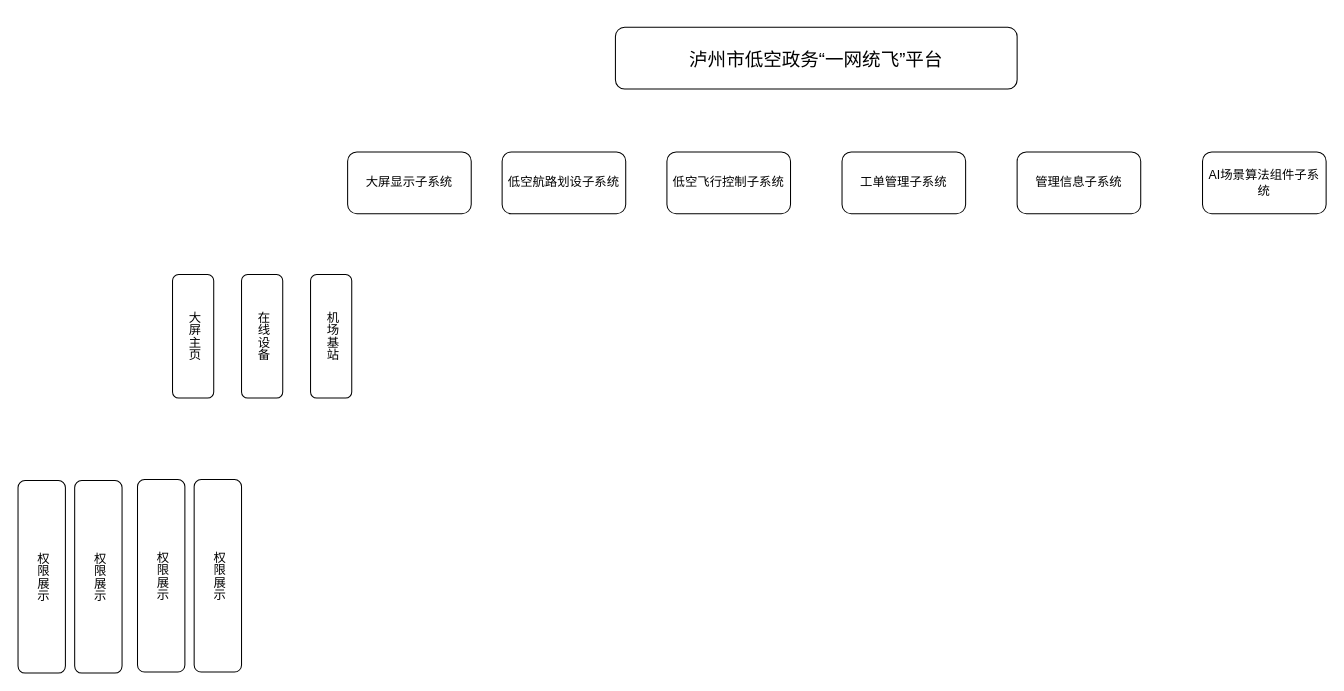
This is 总览图.drawio from berrysky/krain.github.io, a draw.io file, before an edit. Source tidied: cells renumbered, new cells numbered last; positions are measured from the earlier drawing's top-left corner, leaving out a move shared by most shapes. Both pictures are drawn from the tidied source at 103%, with x=0, y=0 at pixel (18, 27).
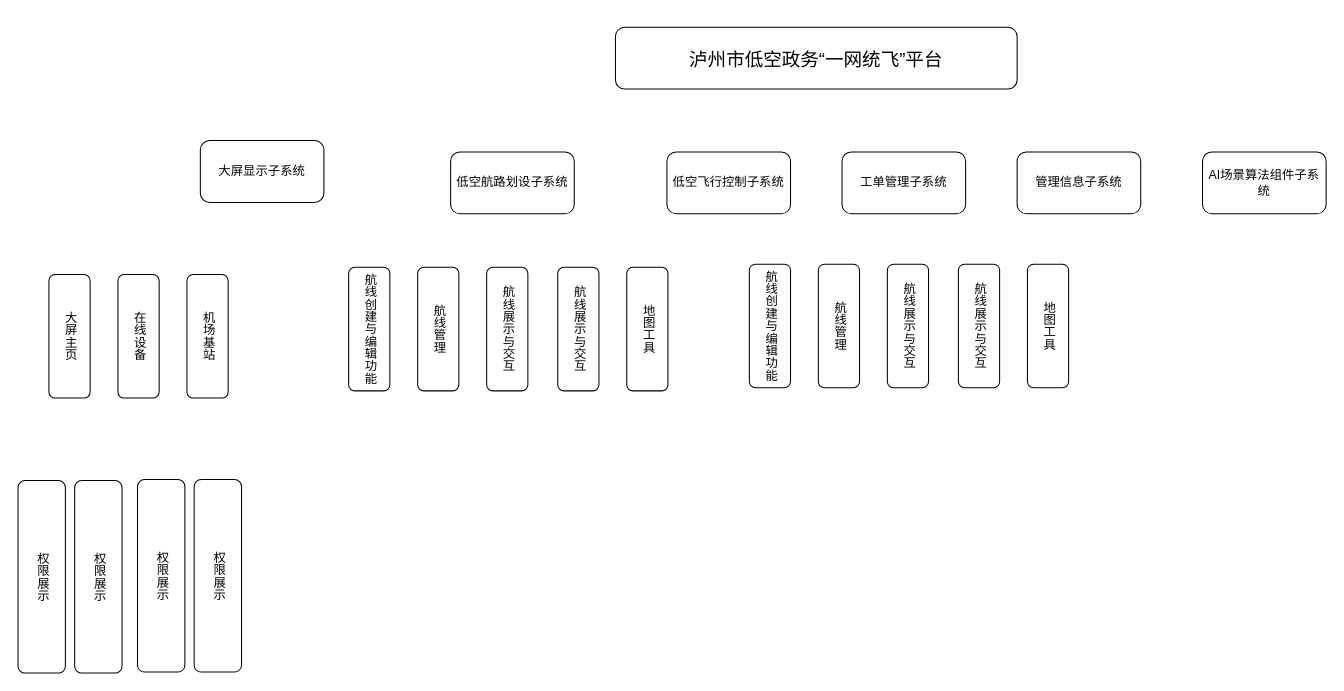
Above is the later version.

Commit message (it also covers changes not shown here):
更新总览图.drawio

The edit, as a diff of the source:
```diff
@@
     <mxCell id="3" value="低空航路划设子系统" style="rounded=1;whiteSpace=wrap;html=1;" parent="1" vertex="1">
-      <mxGeometry x="470" y="121" width="120" height="60" as="geometry" />
+      <mxGeometry x="420" y="121" width="120" height="60" as="geometry" />
     </mxCell>
@@
     <mxCell id="5" value="大屏显示子系统" style="rounded=1;whiteSpace=wrap;html=1;" parent="1" vertex="1">
-      <mxGeometry x="320" y="121" width="120" height="60" as="geometry" />
+      <mxGeometry x="177" y="110" width="120" height="60" as="geometry" />
     </mxCell>
@@
     <mxCell id="9" value="大屏主页" style="rounded=1;whiteSpace=wrap;html=1;textDirection=vertical-lr;horizontal=1;" parent="1" vertex="1">
-      <mxGeometry x="150" y="240" width="40" height="120" as="geometry" />
+      <mxGeometry x="30" y="240" width="40" height="120" as="geometry" />
     </mxCell>
     <mxCell id="10" value="在线设备" style="rounded=1;whiteSpace=wrap;html=1;textDirection=vertical-lr;" parent="1" vertex="1">
-      <mxGeometry x="217" y="240" width="40" height="120" as="geometry" />
+      <mxGeometry x="97" y="240" width="40" height="120" as="geometry" />
     </mxCell>
     <mxCell id="11" value="机场基站" style="rounded=1;whiteSpace=wrap;html=1;textDirection=vertical-lr;" parent="1" vertex="1">
-      <mxGeometry x="284" y="240" width="40" height="120" as="geometry" />
+      <mxGeometry x="164" y="240" width="40" height="120" as="geometry" />
     </mxCell>
@@
+    <mxCell id="16" value="&lt;div&gt;&lt;div class=&quot;old-record-id-Po8LdLrbCozgtJx34FqcgGBYnCf&quot;&gt;航线创建与编辑功能&lt;/div&gt;&lt;/div&gt;&lt;span class=&quot;lark-record-clipboard&quot; data-lark-record-data=&quot;{&amp;quot;rootId&amp;quot;:&amp;quot;Kqzgdmb4HoMSGUxfPz7cehnGnnb&amp;quot;,&amp;quot;text&amp;quot;:{&amp;quot;initialAttributedTexts&amp;quot;:{&amp;quot;text&amp;quot;:{&amp;quot;0&amp;quot;:&amp;quot;航线创建与编辑功能&amp;quot;},&amp;quot;attribs&amp;quot;:{&amp;quot;0&amp;quot;:&amp;quot;*0*1+9&amp;quot;}},&amp;quot;apool&amp;quot;:{&amp;quot;numToAttrib&amp;quot;:{&amp;quot;0&amp;quot;:[&amp;quot;author&amp;quot;,&amp;quot;7065221839563358211&amp;quot;],&amp;quot;1&amp;quot;:[&amp;quot;bold&amp;quot;,&amp;quot;true&amp;quot;]},&amp;quot;nextNum&amp;quot;:2}},&amp;quot;type&amp;quot;:&amp;quot;text&amp;quot;,&amp;quot;referenceRecordMap&amp;quot;:{},&amp;quot;extra&amp;quot;:{&amp;quot;channel&amp;quot;:&amp;quot;saas&amp;quot;,&amp;quot;isEqualBlockSelection&amp;quot;:false,&amp;quot;pasteRandomId&amp;quot;:&amp;quot;1cc6d812-0947-45a8-a9b1-f2f0e86f2138&amp;quot;,&amp;quot;mention_page_title&amp;quot;:{},&amp;quot;external_mention_url&amp;quot;:{}},&amp;quot;isKeepQuoteContainer&amp;quot;:false,&amp;quot;isFromCode&amp;quot;:false,&amp;quot;selection&amp;quot;:[{&amp;quot;id&amp;quot;:120,&amp;quot;type&amp;quot;:&amp;quot;text&amp;quot;,&amp;quot;selection&amp;quot;:{&amp;quot;start&amp;quot;:2,&amp;quot;end&amp;quot;:11},&amp;quot;recordId&amp;quot;:&amp;quot;Po8LdLrbCozgtJx34FqcgGBYnCf&amp;quot;}],&amp;quot;payloadMap&amp;quot;:{},&amp;quot;isCut&amp;quot;:false}&quot;&gt;&lt;/span&gt;" style="rounded=1;whiteSpace=wrap;html=1;textDirection=vertical-lr;horizontal=1;fontStyle=0;align=center;verticalAlign=middle;" parent="1" vertex="1">
+      <mxGeometry x="321" y="233" width="40" height="120" as="geometry" />
+    </mxCell>
+    <mxCell id="17" value="&lt;div&gt;&lt;div class=&quot;old-record-id-TfkDdrhNBo0OolxgG6KcHpkzn7e&quot;&gt;航线管理&lt;/div&gt;&lt;/div&gt;&lt;span class=&quot;lark-record-clipboard&quot; data-lark-record-data=&quot;{&amp;quot;rootId&amp;quot;:&amp;quot;Kqzgdmb4HoMSGUxfPz7cehnGnnb&amp;quot;,&amp;quot;text&amp;quot;:{&amp;quot;initialAttributedTexts&amp;quot;:{&amp;quot;text&amp;quot;:{&amp;quot;0&amp;quot;:&amp;quot;航线管理&amp;quot;},&amp;quot;attribs&amp;quot;:{&amp;quot;0&amp;quot;:&amp;quot;*0*1+4&amp;quot;}},&amp;quot;apool&amp;quot;:{&amp;quot;numToAttrib&amp;quot;:{&amp;quot;0&amp;quot;:[&amp;quot;author&amp;quot;,&amp;quot;7065221839563358211&amp;quot;],&amp;quot;1&amp;quot;:[&amp;quot;bold&amp;quot;,&amp;quot;true&amp;quot;]},&amp;quot;nextNum&amp;quot;:2}},&amp;quot;type&amp;quot;:&amp;quot;text&amp;quot;,&amp;quot;referenceRecordMap&amp;quot;:{},&amp;quot;extra&amp;quot;:{&amp;quot;channel&amp;quot;:&amp;quot;saas&amp;quot;,&amp;quot;isEqualBlockSelection&amp;quot;:false,&amp;quot;pasteRandomId&amp;quot;:&amp;quot;c4b3756e-fced-46c2-a57d-2c074daa4cf0&amp;quot;,&amp;quot;mention_page_title&amp;quot;:{},&amp;quot;external_mention_url&amp;quot;:{}},&amp;quot;isKeepQuoteContainer&amp;quot;:false,&amp;quot;isFromCode&amp;quot;:false,&amp;quot;selection&amp;quot;:[{&amp;quot;id&amp;quot;:124,&amp;quot;type&amp;quot;:&amp;quot;text&amp;quot;,&amp;quot;selection&amp;quot;:{&amp;quot;start&amp;quot;:2,&amp;quot;end&amp;quot;:6},&amp;quot;recordId&amp;quot;:&amp;quot;TfkDdrhNBo0OolxgG6KcHpkzn7e&amp;quot;}],&amp;quot;payloadMap&amp;quot;:{},&amp;quot;isCut&amp;quot;:false}&quot;&gt;&lt;/span&gt;" style="rounded=1;whiteSpace=wrap;html=1;textDirection=vertical-lr;fontStyle=0;align=center;verticalAlign=middle;" parent="1" vertex="1">
+      <mxGeometry x="388" y="233" width="40" height="120" as="geometry" />
+    </mxCell>
+    <mxCell id="18" value="&lt;div&gt;&lt;div class=&quot;old-record-id-TAzedYTR2oLAXGxL9yZcuPr9nnh&quot;&gt;航线展示与交互&lt;/div&gt;&lt;/div&gt;&lt;span class=&quot;lark-record-clipboard&quot; data-lark-record-data=&quot;{&amp;quot;rootId&amp;quot;:&amp;quot;Kqzgdmb4HoMSGUxfPz7cehnGnnb&amp;quot;,&amp;quot;text&amp;quot;:{&amp;quot;initialAttributedTexts&amp;quot;:{&amp;quot;text&amp;quot;:{&amp;quot;0&amp;quot;:&amp;quot;航线展示与交互&amp;quot;},&amp;quot;attribs&amp;quot;:{&amp;quot;0&amp;quot;:&amp;quot;*0*1+7&amp;quot;}},&amp;quot;apool&amp;quot;:{&amp;quot;numToAttrib&amp;quot;:{&amp;quot;0&amp;quot;:[&amp;quot;author&amp;quot;,&amp;quot;7065221839563358211&amp;quot;],&amp;quot;1&amp;quot;:[&amp;quot;bold&amp;quot;,&amp;quot;true&amp;quot;]},&amp;quot;nextNum&amp;quot;:2}},&amp;quot;type&amp;quot;:&amp;quot;text&amp;quot;,&amp;quot;referenceRecordMap&amp;quot;:{},&amp;quot;extra&amp;quot;:{&amp;quot;channel&amp;quot;:&amp;quot;saas&amp;quot;,&amp;quot;isEqualBlockSelection&amp;quot;:false,&amp;quot;pasteRandomId&amp;quot;:&amp;quot;98eb259d-1737-4a3c-9f6b-d7a9e5ee8864&amp;quot;,&amp;quot;mention_page_title&amp;quot;:{},&amp;quot;external_mention_url&amp;quot;:{}},&amp;quot;isKeepQuoteContainer&amp;quot;:false,&amp;quot;isFromCode&amp;quot;:false,&amp;quot;selection&amp;quot;:[{&amp;quot;id&amp;quot;:127,&amp;quot;type&amp;quot;:&amp;quot;text&amp;quot;,&amp;quot;selection&amp;quot;:{&amp;quot;start&amp;quot;:2,&amp;quot;end&amp;quot;:9},&amp;quot;recordId&amp;quot;:&amp;quot;TAzedYTR2oLAXGxL9yZcuPr9nnh&amp;quot;}],&amp;quot;payloadMap&amp;quot;:{},&amp;quot;isCut&amp;quot;:false}&quot;&gt;&lt;/span&gt;" style="rounded=1;whiteSpace=wrap;html=1;textDirection=vertical-lr;fontStyle=0;align=center;verticalAlign=middle;" parent="1" vertex="1">
+      <mxGeometry x="455" y="233" width="40" height="120" as="geometry" />
+    </mxCell>
+    <mxCell id="19" value="&lt;div&gt;&lt;div class=&quot;old-record-id-TAzedYTR2oLAXGxL9yZcuPr9nnh&quot;&gt;航线展示与交互&lt;/div&gt;&lt;/div&gt;&lt;span class=&quot;lark-record-clipboard&quot; data-lark-record-data=&quot;{&amp;quot;rootId&amp;quot;:&amp;quot;Kqzgdmb4HoMSGUxfPz7cehnGnnb&amp;quot;,&amp;quot;text&amp;quot;:{&amp;quot;initialAttributedTexts&amp;quot;:{&amp;quot;text&amp;quot;:{&amp;quot;0&amp;quot;:&amp;quot;航线展示与交互&amp;quot;},&amp;quot;attribs&amp;quot;:{&amp;quot;0&amp;quot;:&amp;quot;*0*1+7&amp;quot;}},&amp;quot;apool&amp;quot;:{&amp;quot;numToAttrib&amp;quot;:{&amp;quot;0&amp;quot;:[&amp;quot;author&amp;quot;,&amp;quot;7065221839563358211&amp;quot;],&amp;quot;1&amp;quot;:[&amp;quot;bold&amp;quot;,&amp;quot;true&amp;quot;]},&amp;quot;nextNum&amp;quot;:2}},&amp;quot;type&amp;quot;:&amp;quot;text&amp;quot;,&amp;quot;referenceRecordMap&amp;quot;:{},&amp;quot;extra&amp;quot;:{&amp;quot;channel&amp;quot;:&amp;quot;saas&amp;quot;,&amp;quot;isEqualBlockSelection&amp;quot;:false,&amp;quot;pasteRandomId&amp;quot;:&amp;quot;98eb259d-1737-4a3c-9f6b-d7a9e5ee8864&amp;quot;,&amp;quot;mention_page_title&amp;quot;:{},&amp;quot;external_mention_url&amp;quot;:{}},&amp;quot;isKeepQuoteContainer&amp;quot;:false,&amp;quot;isFromCode&amp;quot;:false,&amp;quot;selection&amp;quot;:[{&amp;quot;id&amp;quot;:127,&amp;quot;type&amp;quot;:&amp;quot;text&amp;quot;,&amp;quot;selection&amp;quot;:{&amp;quot;start&amp;quot;:2,&amp;quot;end&amp;quot;:9},&amp;quot;recordId&amp;quot;:&amp;quot;TAzedYTR2oLAXGxL9yZcuPr9nnh&amp;quot;}],&amp;quot;payloadMap&amp;quot;:{},&amp;quot;isCut&amp;quot;:false}&quot;&gt;&lt;/span&gt;" style="rounded=1;whiteSpace=wrap;html=1;textDirection=vertical-lr;fontStyle=0;align=center;verticalAlign=middle;" parent="1" vertex="1">
+      <mxGeometry x="524" y="233" width="40" height="120" as="geometry" />
+    </mxCell>
+    <mxCell id="20" value="&lt;div&gt;&lt;div class=&quot;old-record-id-TfkDdrhNBo0OolxgG6KcHpkzn7e&quot;&gt;地图工具&lt;/div&gt;&lt;/div&gt;&lt;span class=&quot;lark-record-clipboard&quot; data-lark-record-data=&quot;{&amp;quot;rootId&amp;quot;:&amp;quot;Kqzgdmb4HoMSGUxfPz7cehnGnnb&amp;quot;,&amp;quot;text&amp;quot;:{&amp;quot;initialAttributedTexts&amp;quot;:{&amp;quot;text&amp;quot;:{&amp;quot;0&amp;quot;:&amp;quot;航线管理&amp;quot;},&amp;quot;attribs&amp;quot;:{&amp;quot;0&amp;quot;:&amp;quot;*0*1+4&amp;quot;}},&amp;quot;apool&amp;quot;:{&amp;quot;numToAttrib&amp;quot;:{&amp;quot;0&amp;quot;:[&amp;quot;author&amp;quot;,&amp;quot;7065221839563358211&amp;quot;],&amp;quot;1&amp;quot;:[&amp;quot;bold&amp;quot;,&amp;quot;true&amp;quot;]},&amp;quot;nextNum&amp;quot;:2}},&amp;quot;type&amp;quot;:&amp;quot;text&amp;quot;,&amp;quot;referenceRecordMap&amp;quot;:{},&amp;quot;extra&amp;quot;:{&amp;quot;channel&amp;quot;:&amp;quot;saas&amp;quot;,&amp;quot;isEqualBlockSelection&amp;quot;:false,&amp;quot;pasteRandomId&amp;quot;:&amp;quot;c4b3756e-fced-46c2-a57d-2c074daa4cf0&amp;quot;,&amp;quot;mention_page_title&amp;quot;:{},&amp;quot;external_mention_url&amp;quot;:{}},&amp;quot;isKeepQuoteContainer&amp;quot;:false,&amp;quot;isFromCode&amp;quot;:false,&amp;quot;selection&amp;quot;:[{&amp;quot;id&amp;quot;:124,&amp;quot;type&amp;quot;:&amp;quot;text&amp;quot;,&amp;quot;selection&amp;quot;:{&amp;quot;start&amp;quot;:2,&amp;quot;end&amp;quot;:6},&amp;quot;recordId&amp;quot;:&amp;quot;TfkDdrhNBo0OolxgG6KcHpkzn7e&amp;quot;}],&amp;quot;payloadMap&amp;quot;:{},&amp;quot;isCut&amp;quot;:false}&quot;&gt;&lt;/span&gt;" style="rounded=1;whiteSpace=wrap;html=1;textDirection=vertical-lr;fontStyle=0;align=center;verticalAlign=middle;" parent="1" vertex="1">
+      <mxGeometry x="591" y="233" width="40" height="120" as="geometry" />
+    </mxCell>
+    <mxCell id="21" value="&lt;div&gt;&lt;div class=&quot;old-record-id-Po8LdLrbCozgtJx34FqcgGBYnCf&quot;&gt;航线创建与编辑功能&lt;/div&gt;&lt;/div&gt;&lt;span class=&quot;lark-record-clipboard&quot; data-lark-record-data=&quot;{&amp;quot;rootId&amp;quot;:&amp;quot;Kqzgdmb4HoMSGUxfPz7cehnGnnb&amp;quot;,&amp;quot;text&amp;quot;:{&amp;quot;initialAttributedTexts&amp;quot;:{&amp;quot;text&amp;quot;:{&amp;quot;0&amp;quot;:&amp;quot;航线创建与编辑功能&amp;quot;},&amp;quot;attribs&amp;quot;:{&amp;quot;0&amp;quot;:&amp;quot;*0*1+9&amp;quot;}},&amp;quot;apool&amp;quot;:{&amp;quot;numToAttrib&amp;quot;:{&amp;quot;0&amp;quot;:[&amp;quot;author&amp;quot;,&amp;quot;7065221839563358211&amp;quot;],&amp;quot;1&amp;quot;:[&amp;quot;bold&amp;quot;,&amp;quot;true&amp;quot;]},&amp;quot;nextNum&amp;quot;:2}},&amp;quot;type&amp;quot;:&amp;quot;text&amp;quot;,&amp;quot;referenceRecordMap&amp;quot;:{},&amp;quot;extra&amp;quot;:{&amp;quot;channel&amp;quot;:&amp;quot;saas&amp;quot;,&amp;quot;isEqualBlockSelection&amp;quot;:false,&amp;quot;pasteRandomId&amp;quot;:&amp;quot;1cc6d812-0947-45a8-a9b1-f2f0e86f2138&amp;quot;,&amp;quot;mention_page_title&amp;quot;:{},&amp;quot;external_mention_url&amp;quot;:{}},&amp;quot;isKeepQuoteContainer&amp;quot;:false,&amp;quot;isFromCode&amp;quot;:false,&amp;quot;selection&amp;quot;:[{&amp;quot;id&amp;quot;:120,&amp;quot;type&amp;quot;:&amp;quot;text&amp;quot;,&amp;quot;selection&amp;quot;:{&amp;quot;start&amp;quot;:2,&amp;quot;end&amp;quot;:11},&amp;quot;recordId&amp;quot;:&amp;quot;Po8LdLrbCozgtJx34FqcgGBYnCf&amp;quot;}],&amp;quot;payloadMap&amp;quot;:{},&amp;quot;isCut&amp;quot;:false}&quot;&gt;&lt;/span&gt;" style="rounded=1;whiteSpace=wrap;html=1;textDirection=vertical-lr;horizontal=1;fontStyle=0;align=center;verticalAlign=middle;" parent="1" vertex="1">
+      <mxGeometry x="710" y="230" width="40" height="120" as="geometry" />
+    </mxCell>
+    <mxCell id="22" value="&lt;div&gt;&lt;div class=&quot;old-record-id-TfkDdrhNBo0OolxgG6KcHpkzn7e&quot;&gt;航线管理&lt;/div&gt;&lt;/div&gt;&lt;span class=&quot;lark-record-clipboard&quot; data-lark-record-data=&quot;{&amp;quot;rootId&amp;quot;:&amp;quot;Kqzgdmb4HoMSGUxfPz7cehnGnnb&amp;quot;,&amp;quot;text&amp;quot;:{&amp;quot;initialAttributedTexts&amp;quot;:{&amp;quot;text&amp;quot;:{&amp;quot;0&amp;quot;:&amp;quot;航线管理&amp;quot;},&amp;quot;attribs&amp;quot;:{&amp;quot;0&amp;quot;:&amp;quot;*0*1+4&amp;quot;}},&amp;quot;apool&amp;quot;:{&amp;quot;numToAttrib&amp;quot;:{&amp;quot;0&amp;quot;:[&amp;quot;author&amp;quot;,&amp;quot;7065221839563358211&amp;quot;],&amp;quot;1&amp;quot;:[&amp;quot;bold&amp;quot;,&amp;quot;true&amp;quot;]},&amp;quot;nextNum&amp;quot;:2}},&amp;quot;type&amp;quot;:&amp;quot;text&amp;quot;,&amp;quot;referenceRecordMap&amp;quot;:{},&amp;quot;extra&amp;quot;:{&amp;quot;channel&amp;quot;:&amp;quot;saas&amp;quot;,&amp;quot;isEqualBlockSelection&amp;quot;:false,&amp;quot;pasteRandomId&amp;quot;:&amp;quot;c4b3756e-fced-46c2-a57d-2c074daa4cf0&amp;quot;,&amp;quot;mention_page_title&amp;quot;:{},&amp;quot;external_mention_url&amp;quot;:{}},&amp;quot;isKeepQuoteContainer&amp;quot;:false,&amp;quot;isFromCode&amp;quot;:false,&amp;quot;selection&amp;quot;:[{&amp;quot;id&amp;quot;:124,&amp;quot;type&amp;quot;:&amp;quot;text&amp;quot;,&amp;quot;selection&amp;quot;:{&amp;quot;start&amp;quot;:2,&amp;quot;end&amp;quot;:6},&amp;quot;recordId&amp;quot;:&amp;quot;TfkDdrhNBo0OolxgG6KcHpkzn7e&amp;quot;}],&amp;quot;payloadMap&amp;quot;:{},&amp;quot;isCut&amp;quot;:false}&quot;&gt;&lt;/span&gt;" style="rounded=1;whiteSpace=wrap;html=1;textDirection=vertical-lr;fontStyle=0;align=center;verticalAlign=middle;" parent="1" vertex="1">
+      <mxGeometry x="777" y="230" width="40" height="120" as="geometry" />
+    </mxCell>
+    <mxCell id="23" value="&lt;div&gt;&lt;div class=&quot;old-record-id-TAzedYTR2oLAXGxL9yZcuPr9nnh&quot;&gt;航线展示与交互&lt;/div&gt;&lt;/div&gt;&lt;span class=&quot;lark-record-clipboard&quot; data-lark-record-data=&quot;{&amp;quot;rootId&amp;quot;:&amp;quot;Kqzgdmb4HoMSGUxfPz7cehnGnnb&amp;quot;,&amp;quot;text&amp;quot;:{&amp;quot;initialAttributedTexts&amp;quot;:{&amp;quot;text&amp;quot;:{&amp;quot;0&amp;quot;:&amp;quot;航线展示与交互&amp;quot;},&amp;quot;attribs&amp;quot;:{&amp;quot;0&amp;quot;:&amp;quot;*0*1+7&amp;quot;}},&amp;quot;apool&amp;quot;:{&amp;quot;numToAttrib&amp;quot;:{&amp;quot;0&amp;quot;:[&amp;quot;author&amp;quot;,&amp;quot;7065221839563358211&amp;quot;],&amp;quot;1&amp;quot;:[&amp;quot;bold&amp;quot;,&amp;quot;true&amp;quot;]},&amp;quot;nextNum&amp;quot;:2}},&amp;quot;type&amp;quot;:&amp;quot;text&amp;quot;,&amp;quot;referenceRecordMap&amp;quot;:{},&amp;quot;extra&amp;quot;:{&amp;quot;channel&amp;quot;:&amp;quot;saas&amp;quot;,&amp;quot;isEqualBlockSelection&amp;quot;:false,&amp;quot;pasteRandomId&amp;quot;:&amp;quot;98eb259d-1737-4a3c-9f6b-d7a9e5ee8864&amp;quot;,&amp;quot;mention_page_title&amp;quot;:{},&amp;quot;external_mention_url&amp;quot;:{}},&amp;quot;isKeepQuoteContainer&amp;quot;:false,&amp;quot;isFromCode&amp;quot;:false,&amp;quot;selection&amp;quot;:[{&amp;quot;id&amp;quot;:127,&amp;quot;type&amp;quot;:&amp;quot;text&amp;quot;,&amp;quot;selection&amp;quot;:{&amp;quot;start&amp;quot;:2,&amp;quot;end&amp;quot;:9},&amp;quot;recordId&amp;quot;:&amp;quot;TAzedYTR2oLAXGxL9yZcuPr9nnh&amp;quot;}],&amp;quot;payloadMap&amp;quot;:{},&amp;quot;isCut&amp;quot;:false}&quot;&gt;&lt;/span&gt;" style="rounded=1;whiteSpace=wrap;html=1;textDirection=vertical-lr;fontStyle=0;align=center;verticalAlign=middle;" parent="1" vertex="1">
+      <mxGeometry x="844" y="230" width="40" height="120" as="geometry" />
+    </mxCell>
+    <mxCell id="24" value="&lt;div&gt;&lt;div class=&quot;old-record-id-TAzedYTR2oLAXGxL9yZcuPr9nnh&quot;&gt;航线展示与交互&lt;/div&gt;&lt;/div&gt;&lt;span class=&quot;lark-record-clipboard&quot; data-lark-record-data=&quot;{&amp;quot;rootId&amp;quot;:&amp;quot;Kqzgdmb4HoMSGUxfPz7cehnGnnb&amp;quot;,&amp;quot;text&amp;quot;:{&amp;quot;initialAttributedTexts&amp;quot;:{&amp;quot;text&amp;quot;:{&amp;quot;0&amp;quot;:&amp;quot;航线展示与交互&amp;quot;},&amp;quot;attribs&amp;quot;:{&amp;quot;0&amp;quot;:&amp;quot;*0*1+7&amp;quot;}},&amp;quot;apool&amp;quot;:{&amp;quot;numToAttrib&amp;quot;:{&amp;quot;0&amp;quot;:[&amp;quot;author&amp;quot;,&amp;quot;7065221839563358211&amp;quot;],&amp;quot;1&amp;quot;:[&amp;quot;bold&amp;quot;,&amp;quot;true&amp;quot;]},&amp;quot;nextNum&amp;quot;:2}},&amp;quot;type&amp;quot;:&amp;quot;text&amp;quot;,&amp;quot;referenceRecordMap&amp;quot;:{},&amp;quot;extra&amp;quot;:{&amp;quot;channel&amp;quot;:&amp;quot;saas&amp;quot;,&amp;quot;isEqualBlockSelection&amp;quot;:false,&amp;quot;pasteRandomId&amp;quot;:&amp;quot;98eb259d-1737-4a3c-9f6b-d7a9e5ee8864&amp;quot;,&amp;quot;mention_page_title&amp;quot;:{},&amp;quot;external_mention_url&amp;quot;:{}},&amp;quot;isKeepQuoteContainer&amp;quot;:false,&amp;quot;isFromCode&amp;quot;:false,&amp;quot;selection&amp;quot;:[{&amp;quot;id&amp;quot;:127,&amp;quot;type&amp;quot;:&amp;quot;text&amp;quot;,&amp;quot;selection&amp;quot;:{&amp;quot;start&amp;quot;:2,&amp;quot;end&amp;quot;:9},&amp;quot;recordId&amp;quot;:&amp;quot;TAzedYTR2oLAXGxL9yZcuPr9nnh&amp;quot;}],&amp;quot;payloadMap&amp;quot;:{},&amp;quot;isCut&amp;quot;:false}&quot;&gt;&lt;/span&gt;" style="rounded=1;whiteSpace=wrap;html=1;textDirection=vertical-lr;fontStyle=0;align=center;verticalAlign=middle;" parent="1" vertex="1">
+      <mxGeometry x="913" y="230" width="40" height="120" as="geometry" />
+    </mxCell>
+    <mxCell id="25" value="&lt;div&gt;&lt;div class=&quot;old-record-id-TfkDdrhNBo0OolxgG6KcHpkzn7e&quot;&gt;地图工具&lt;/div&gt;&lt;/div&gt;&lt;span class=&quot;lark-record-clipboard&quot; data-lark-record-data=&quot;{&amp;quot;rootId&amp;quot;:&amp;quot;Kqzgdmb4HoMSGUxfPz7cehnGnnb&amp;quot;,&amp;quot;text&amp;quot;:{&amp;quot;initialAttributedTexts&amp;quot;:{&amp;quot;text&amp;quot;:{&amp;quot;0&amp;quot;:&amp;quot;航线管理&amp;quot;},&amp;quot;attribs&amp;quot;:{&amp;quot;0&amp;quot;:&amp;quot;*0*1+4&amp;quot;}},&amp;quot;apool&amp;quot;:{&amp;quot;numToAttrib&amp;quot;:{&amp;quot;0&amp;quot;:[&amp;quot;author&amp;quot;,&amp;quot;7065221839563358211&amp;quot;],&amp;quot;1&amp;quot;:[&amp;quot;bold&amp;quot;,&amp;quot;true&amp;quot;]},&amp;quot;nextNum&amp;quot;:2}},&amp;quot;type&amp;quot;:&amp;quot;text&amp;quot;,&amp;quot;referenceRecordMap&amp;quot;:{},&amp;quot;extra&amp;quot;:{&amp;quot;channel&amp;quot;:&amp;quot;saas&amp;quot;,&amp;quot;isEqualBlockSelection&amp;quot;:false,&amp;quot;pasteRandomId&amp;quot;:&amp;quot;c4b3756e-fced-46c2-a57d-2c074daa4cf0&amp;quot;,&amp;quot;mention_page_title&amp;quot;:{},&amp;quot;external_mention_url&amp;quot;:{}},&amp;quot;isKeepQuoteContainer&amp;quot;:false,&amp;quot;isFromCode&amp;quot;:false,&amp;quot;selection&amp;quot;:[{&amp;quot;id&amp;quot;:124,&amp;quot;type&amp;quot;:&amp;quot;text&amp;quot;,&amp;quot;selection&amp;quot;:{&amp;quot;start&amp;quot;:2,&amp;quot;end&amp;quot;:6},&amp;quot;recordId&amp;quot;:&amp;quot;TfkDdrhNBo0OolxgG6KcHpkzn7e&amp;quot;}],&amp;quot;payloadMap&amp;quot;:{},&amp;quot;isCut&amp;quot;:false}&quot;&gt;&lt;/span&gt;" style="rounded=1;whiteSpace=wrap;html=1;textDirection=vertical-lr;fontStyle=0;align=center;verticalAlign=middle;" parent="1" vertex="1">
+      <mxGeometry x="980" y="230" width="40" height="120" as="geometry" />
+    </mxCell>
```
